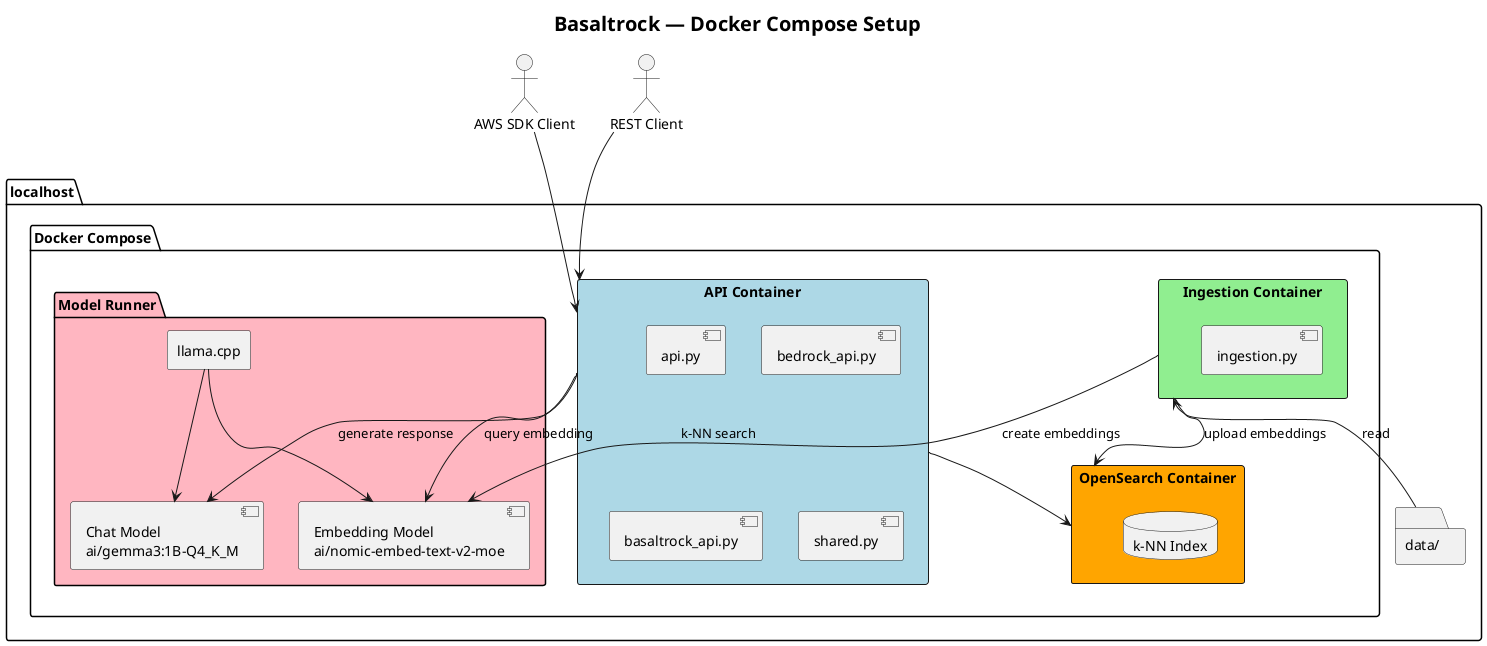
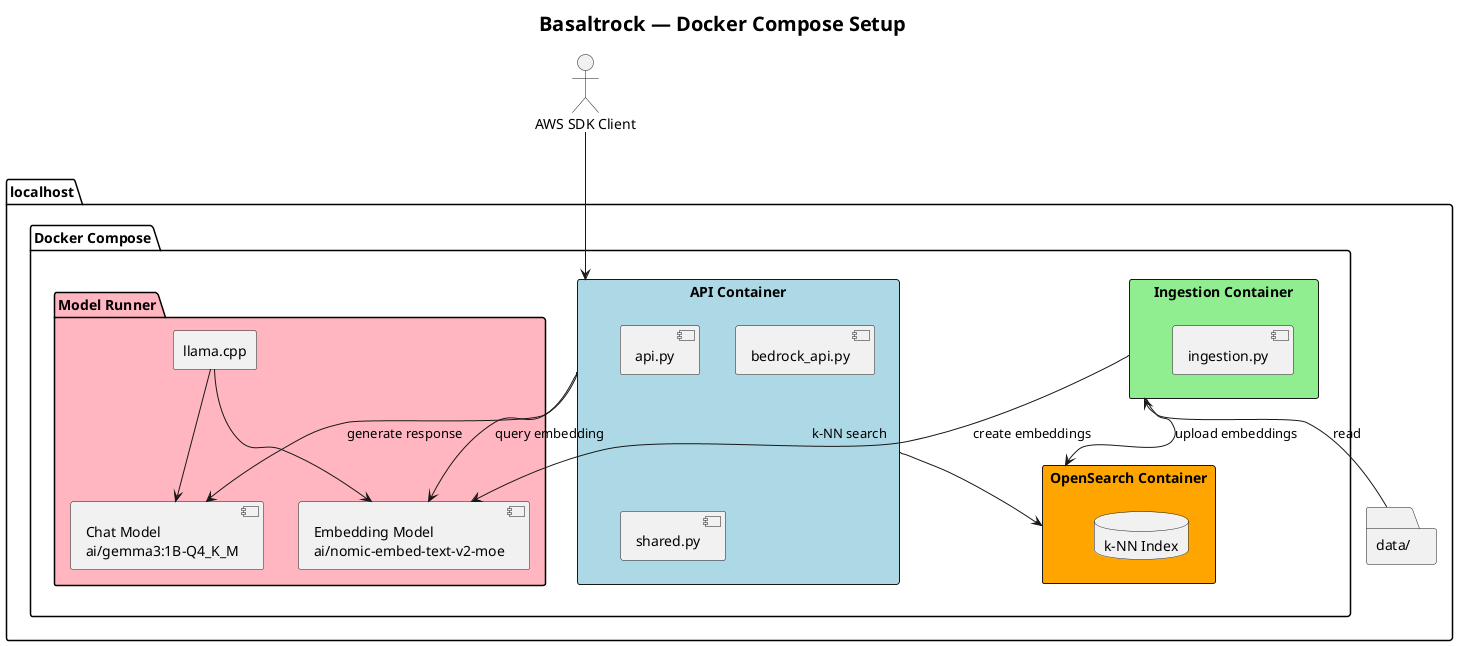
@startuml

title <size:20>Basaltrock — Docker Compose Setup</size>

actor "AWS SDK Client" as awsuser
- actor "REST Client" as curluser


package localhost {
folder "data/" as datafiles
package "Docker Compose" {

  rectangle "OpenSearch Container" as opensearch #Orange {
    database "k-NN Index"
  }

  rectangle "Ingestion Container" as ingestion #LightGreen {
    component "ingestion.py"
  }

  rectangle "API Container" as api #LightBlue {
    component "api.py"
    component "bedrock_api.py"
-     component "basaltrock_api.py"
    component "shared.py"
  }

package "Model Runner" #LightPink {
  rectangle "llama.cpp" as modelrunner
  component "Chat Model\nai/gemma3:1B-Q4_K_M" as chatmodel
  component "Embedding Model\nai/nomic-embed-text-v2-moe" as embedmodel

  modelrunner --> chatmodel
  modelrunner --> embedmodel
}
  ingestion <-- datafiles : read
  ingestion --> opensearch : upload embeddings
  api --> opensearch : k-NN search
}



awsuser --> api
- curluser --> api

ingestion --> embedmodel : create embeddings
api --> embedmodel : query embedding
api --> chatmodel : generate response
}
@enduml